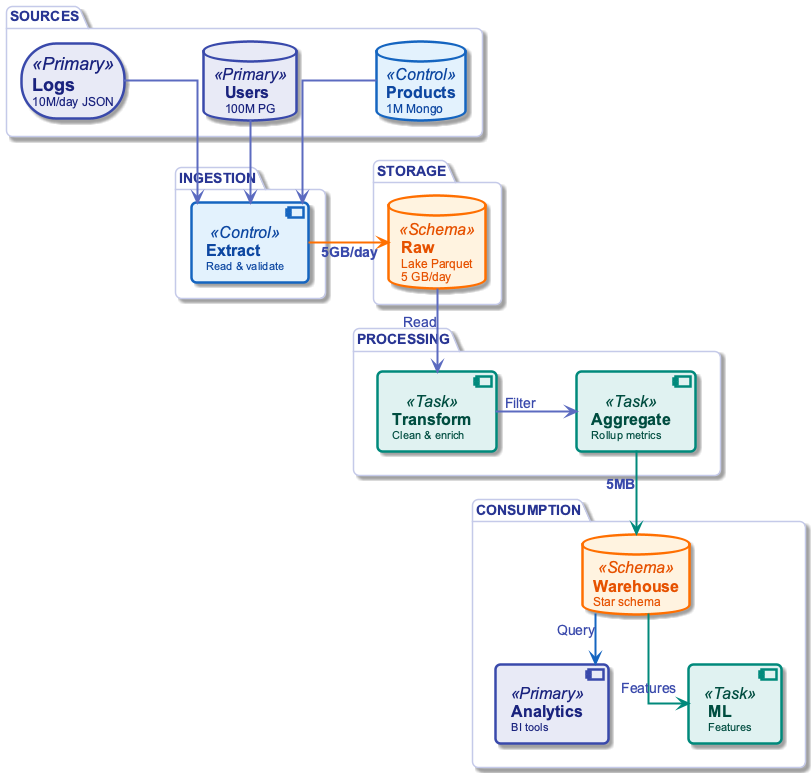
Earlier version of the PlantUML export diagrams/week01/week1_lecture_slide12_lifecycle.png (OrPerets/data-engineering-course). Source of this version:
```plantuml
@startuml
!include ../_template_styles.puml
top to bottom direction

package "SOURCES" #FFFFFF {
    storage "**Logs**\n<size:12>10M/day JSON</size>" as SOURCE1 <<Primary>>
    database "**Users**\n<size:12>100M PG</size>" as SOURCE2 <<Primary>>
    database "**Products**\n<size:12>1M Mongo</size>" as SOURCE3 <<Control>>
}

package "INGESTION" #FFFFFF {
    component "**Extract**\n<size:11>Read & validate</size>" as INGEST <<Control>>
}

package "STORAGE" #FFFFFF {
    database "**Raw**\n<size:12>Lake Parquet</size>\n<size:12>5 GB/day</size>" as RAW <<Schema>>
}

package "PROCESSING" #FFFFFF {
    together {
        component "**Transform**\n<size:11>Clean & enrich</size>" as TRANSFORM <<Task>>
        component "**Aggregate**\n<size:11>Rollup metrics</size>" as AGGREGATE <<Task>>
    }
}

package "CONSUMPTION" #FFFFFF {
    database "**Warehouse**\n<size:12>Star schema</size>" as WAREHOUSE <<Schema>>
    together {
        component "**Analytics**\n<size:11>BI tools</size>" as DASHBOARD <<Primary>>
        component "**ML**\n<size:11>Features</size>" as ML <<Task>>
    }
}

SOURCE1 -down[#5C6BC0,thickness=2]-> INGEST
SOURCE2 -down[#5C6BC0,thickness=2]-> INGEST
SOURCE3 -down[#5C6BC0,thickness=2]-> INGEST

INGEST -right[#FF6F00,thickness=2]-> RAW : <color:#3949AB><b>5GB/day</b></color>

RAW -down[#5C6BC0,thickness=2]-> TRANSFORM : <color:#3949AB>Read</color>
TRANSFORM -right[#5C6BC0,thickness=2]-> AGGREGATE : <color:#3949AB>Filter</color>
AGGREGATE -down[#00897B,thickness=2]-> WAREHOUSE : <color:#3949AB><b>5MB</b></color>

WAREHOUSE -right[#1565C0,thickness=2]-> DASHBOARD : <color:#3949AB>Query</color>
WAREHOUSE -down[#00897B,thickness=2]-> ML : <color:#3949AB>Features</color>

@enduml
```
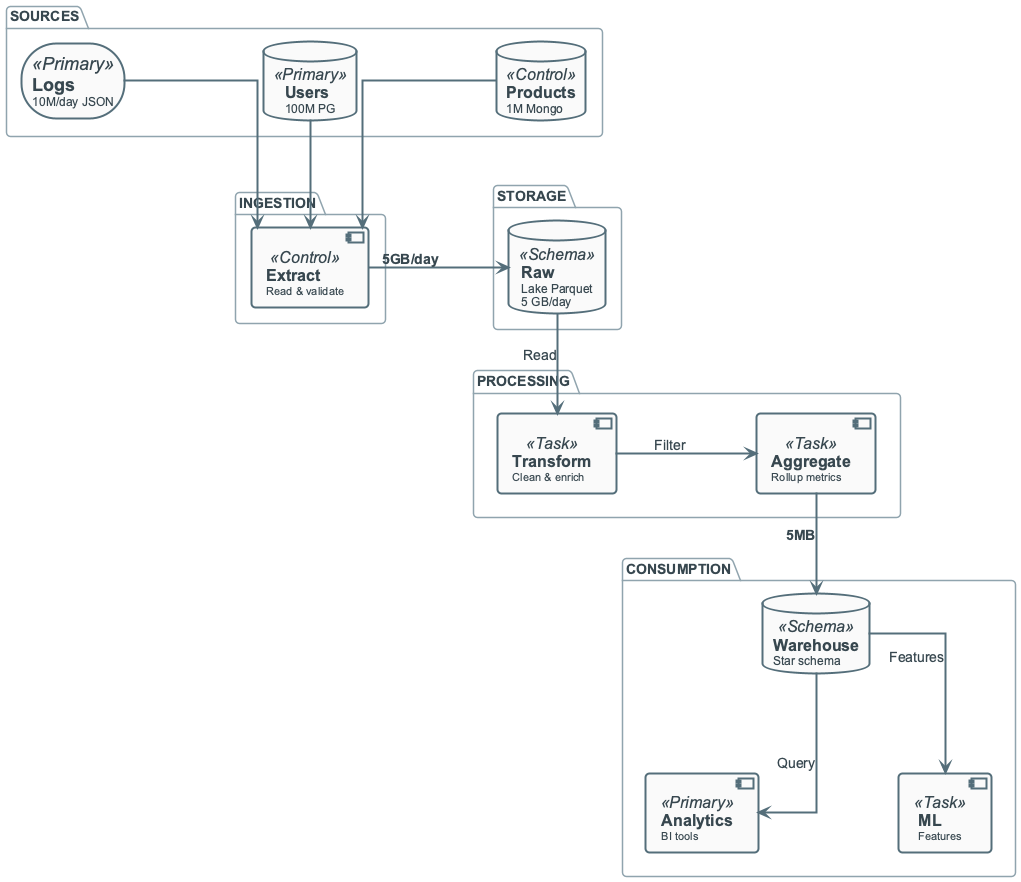
The same file after the commit.

What changed in the source:
```diff
@@ -31,17 +31,17 @@
     }
 }
 
-SOURCE1 -down[#5C6BC0,thickness=2]-> INGEST
-SOURCE2 -down[#5C6BC0,thickness=2]-> INGEST
-SOURCE3 -down[#5C6BC0,thickness=2]-> INGEST
+SOURCE1 -down-> INGEST
+SOURCE2 -down-> INGEST
+SOURCE3 -down-> INGEST
 
-INGEST -right[#FF6F00,thickness=2]-> RAW : <color:#3949AB><b>5GB/day</b></color>
+INGEST -right-> RAW : **5GB/day**
 
-RAW -down[#5C6BC0,thickness=2]-> TRANSFORM : <color:#3949AB>Read</color>
-TRANSFORM -right[#5C6BC0,thickness=2]-> AGGREGATE : <color:#3949AB>Filter</color>
-AGGREGATE -down[#00897B,thickness=2]-> WAREHOUSE : <color:#3949AB><b>5MB</b></color>
+RAW -down-> TRANSFORM : Read
+TRANSFORM -right-> AGGREGATE : Filter
+AGGREGATE -down-> WAREHOUSE : **5MB**
 
-WAREHOUSE -right[#1565C0,thickness=2]-> DASHBOARD : <color:#3949AB>Query</color>
-WAREHOUSE -down[#00897B,thickness=2]-> ML : <color:#3949AB>Features</color>
+WAREHOUSE -right-> DASHBOARD : Query
+WAREHOUSE -down-> ML : Features
 
 @enduml
```
